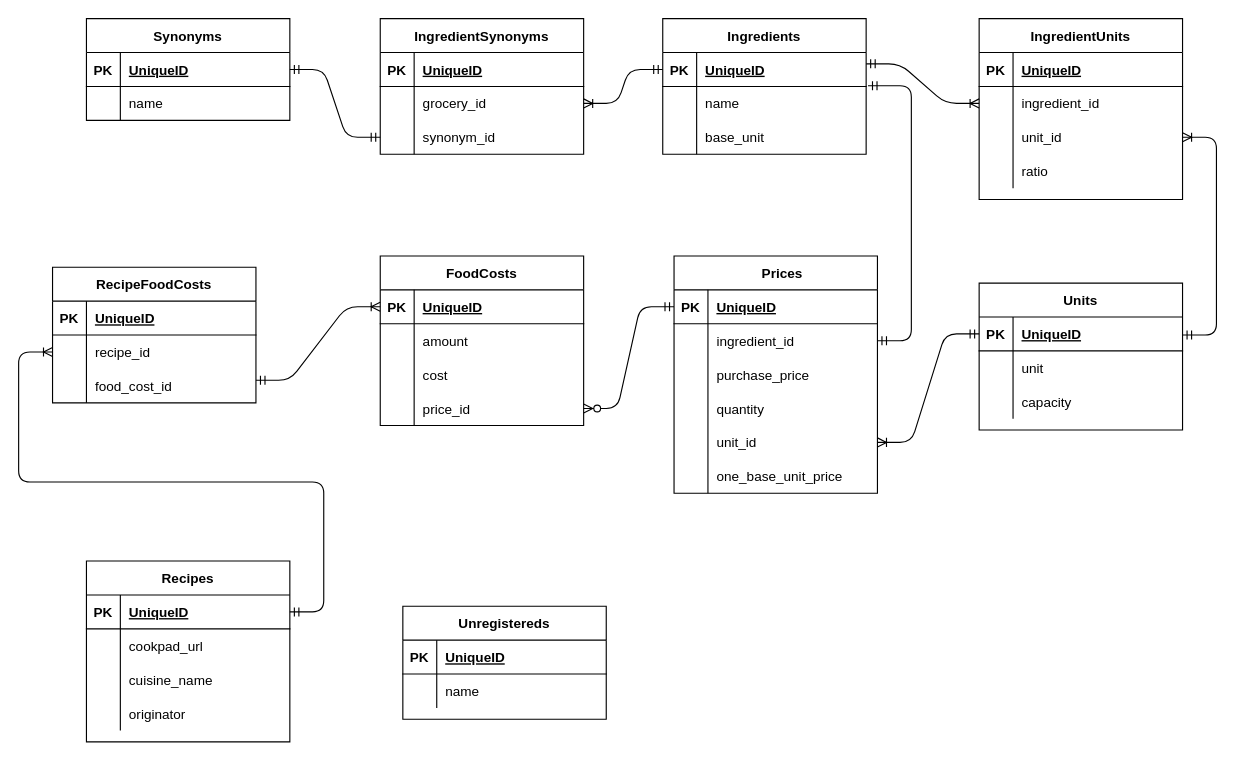
The draw.io diagram ER.drawio in sayasurvey/cook_cost, before the edit. Source tidied: cells renumbered, new cells numbered last; positions are measured from the earlier drawing's top-left corner, leaving out a move shared by most shapes. Both pictures are drawn from the tidied source at 113%, with x=0, y=0 at pixel (52, 18).
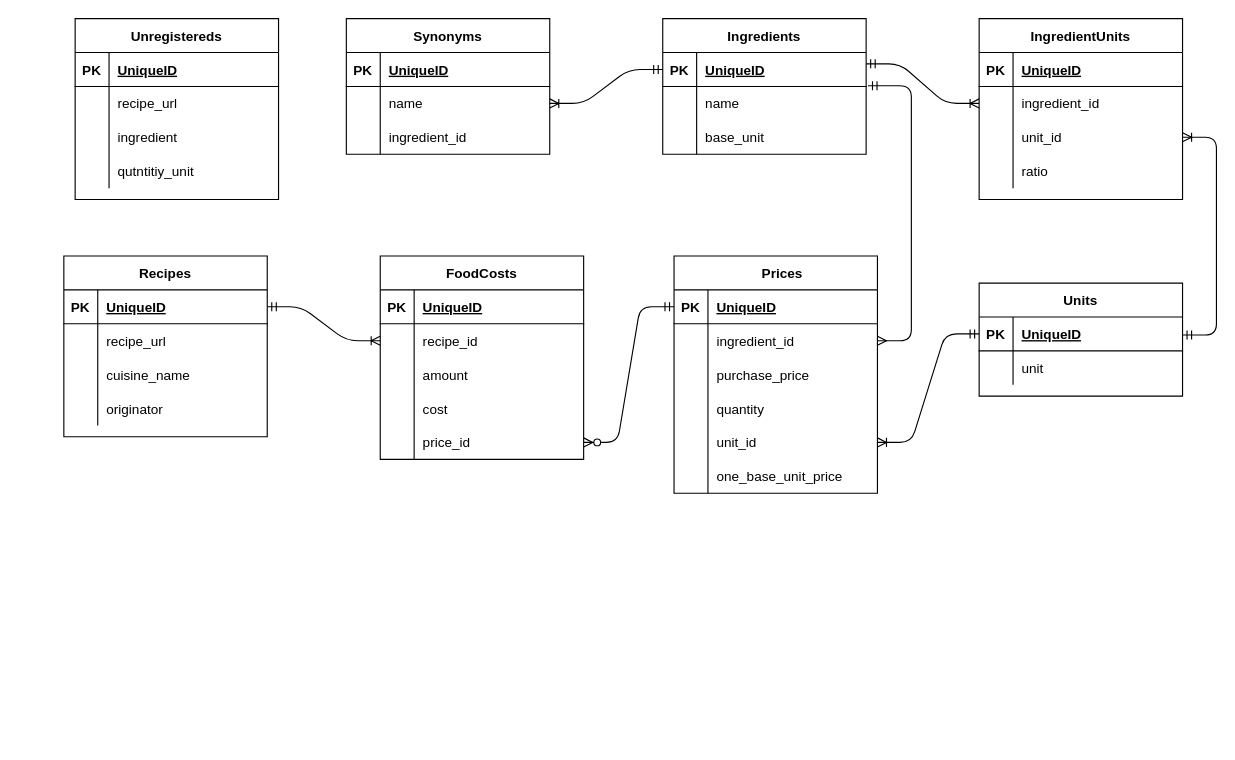
After the change.

Unchanged cells that the change refers to:
```xml
<mxCell id="3" style="shape=partialRectangle;fillColor=none;top=0;left=0;bottom=1;right=0;points=[[0,0.5],[1,0.5]];portConstraint=eastwest;" parent="2" vertex="1">
  <mxGeometry y="30" width="180" height="30" as="geometry" />
</mxCell>
<mxCell id="6" style="shape=partialRectangle;fillColor=none;top=0;left=0;bottom=0;right=0;points=[[0,0.5],[1,0.5]];portConstraint=eastwest;" parent="2" vertex="1">
  <mxGeometry y="60" width="180" height="30" as="geometry" />
</mxCell>
<mxCell id="26" style="shape=partialRectangle;fillColor=none;top=0;left=0;bottom=0;right=0;points=[[0,0.5],[1,0.5]];portConstraint=eastwest;" parent="22" vertex="1">
  <mxGeometry y="60" width="180" height="30" as="geometry" />
</mxCell>
<mxCell id="42" style="shape=partialRectangle;fillColor=none;top=0;left=0;bottom=1;right=0;points=[[0,0.5],[1,0.5]];portConstraint=eastwest;fontSize=12;strokeWidth=1;" parent="41" vertex="1">
  <mxGeometry y="30" width="180" height="30" as="geometry" />
</mxCell>
<mxCell id="45" style="shape=partialRectangle;fillColor=none;top=0;left=0;bottom=0;right=0;fontSize=12;strokeWidth=1;" parent="41" vertex="1">
  <mxGeometry y="60" width="180" height="30" as="geometry" />
</mxCell>
<mxCell id="65" style="shape=partialRectangle;fillColor=none;top=0;left=0;bottom=1;right=0;points=[[0,0.5],[1,0.5]];portConstraint=eastwest;" parent="64" vertex="1">
  <mxGeometry y="30" width="180" height="30" as="geometry" />
</mxCell>
<mxCell id="68" style="shape=partialRectangle;fillColor=none;top=0;left=0;bottom=0;right=0;points=[[0,0.5],[1,0.5]];portConstraint=eastwest;" parent="64" vertex="1">
  <mxGeometry y="60" width="180" height="30" as="geometry" />
</mxCell>
<mxCell id="72" style="shape=partialRectangle;fillColor=none;top=0;left=0;bottom=1;right=0;points=[[0,0.5],[1,0.5]];portConstraint=eastwest;fontSize=12;strokeWidth=1;" parent="71" vertex="1">
  <mxGeometry y="30" width="180" height="30" as="geometry" />
</mxCell>
<mxCell id="94" style="shape=partialRectangle;fillColor=none;top=0;left=0;bottom=0;right=0;labelBorderColor=default;" parent="90" vertex="1">
  <mxGeometry y="60" width="180" height="30" as="geometry" />
</mxCell>
```

Diff of the diagram source:
```diff
@@
-    <mxCell id="12" value="IngredientSynonyms" style="shape=table;startSize=30;childLayout=tableLayout;rowLines=0;fontStyle=1;align=center;fillColor=none;" parent="1" vertex="1">
-      <mxGeometry x="290" width="180" height="120" as="geometry" />
-    </mxCell>
-    <mxCell id="13" style="shape=partialRectangle;fillColor=none;top=0;left=0;bottom=1;right=0;" parent="12" vertex="1">
-      <mxGeometry y="30" width="180" height="30" as="geometry" />
-    </mxCell>
-    <mxCell id="14" value="PK" style="shape=partialRectangle;fillColor=none;top=0;left=0;bottom=0;right=0;fontStyle=1;overflow=hidden;" parent="13" vertex="1">
-      <mxGeometry width="30" height="30" as="geometry" />
-    </mxCell>
-    <mxCell id="15" value="UniqueID" style="shape=partialRectangle;fillColor=none;top=0;left=0;bottom=0;right=0;align=left;spacingLeft=6;fontStyle=5;overflow=hidden;" parent="13" vertex="1">
-      <mxGeometry x="30" width="150" height="30" as="geometry" />
-    </mxCell>
-    <mxCell id="16" style="shape=partialRectangle;fillColor=none;top=0;left=0;bottom=0;right=0;points=[[0,0.5],[1,0.5]];portConstraint=eastwest;" parent="12" vertex="1">
-      <mxGeometry y="60" width="180" height="30" as="geometry" />
-    </mxCell>
-    <mxCell id="17" style="shape=partialRectangle;fillColor=none;top=0;left=0;bottom=0;right=0;overflow=hidden;" parent="16" vertex="1">
-      <mxGeometry width="30" height="30" as="geometry" />
-    </mxCell>
-    <mxCell id="18" value="grocery_id" style="shape=partialRectangle;fillColor=none;top=0;left=0;bottom=0;right=0;align=left;spacingLeft=6;overflow=hidden;" parent="16" vertex="1">
-      <mxGeometry x="30" width="150" height="30" as="geometry" />
-    </mxCell>
-    <mxCell id="19" style="shape=partialRectangle;fillColor=none;top=0;left=0;bottom=0;right=0;points=[[0,0.5],[1,0.5]];portConstraint=eastwest;" parent="12" vertex="1">
-      <mxGeometry y="90" width="180" height="30" as="geometry" />
-    </mxCell>
-    <mxCell id="20" style="shape=partialRectangle;fillColor=none;top=0;left=0;bottom=0;right=0;overflow=hidden;" parent="19" vertex="1">
-      <mxGeometry width="30" height="30" as="geometry" />
-    </mxCell>
-    <mxCell id="21" value="synonym_id" style="shape=partialRectangle;fillColor=none;top=0;left=0;bottom=0;right=0;align=left;spacingLeft=6;overflow=hidden;" parent="19" vertex="1">
-      <mxGeometry x="30" width="150" height="30" as="geometry" />
-    </mxCell>
@@
     <mxCell id="41" value="Recipes" style="shape=table;startSize=30;childLayout=tableLayout;rowLines=0;fontStyle=1;align=center;fontSize=12;strokeWidth=1;fillColor=none;" parent="1" vertex="1">
-      <mxGeometry x="30" y="480" width="180" height="160" as="geometry" />
+      <mxGeometry x="10" y="210" width="180" height="160" as="geometry" />
     </mxCell>
@@
-    <mxCell id="47" value="cookpad_url" style="shape=partialRectangle;fillColor=none;top=0;left=0;bottom=0;right=0;align=left;spacingLeft=6;overflow=hidden;fontSize=12;strokeWidth=1;" parent="45" vertex="1">
+    <mxCell id="47" value="recipe_url" style="shape=partialRectangle;fillColor=none;top=0;left=0;bottom=0;right=0;align=left;spacingLeft=6;overflow=hidden;fontSize=12;strokeWidth=1;" parent="45" vertex="1">
       <mxGeometry x="30" width="150" height="30" as="geometry" />
     </mxCell>
@@
-    <mxCell id="54" value="RecipeFoodCosts" style="shape=table;startSize=30;childLayout=tableLayout;rowLines=0;fontStyle=1;align=center;fontSize=12;strokeWidth=1;fillColor=none;" parent="1" vertex="1">
-      <mxGeometry y="220" width="180" height="120" as="geometry" />
-    </mxCell>
-    <mxCell id="55" style="shape=partialRectangle;fillColor=none;top=0;left=0;bottom=1;right=0;fontSize=12;strokeWidth=1;" parent="54" vertex="1">
-      <mxGeometry y="30" width="180" height="30" as="geometry" />
-    </mxCell>
-    <mxCell id="56" value="PK" style="shape=partialRectangle;fillColor=none;top=0;left=0;bottom=0;right=0;fontStyle=1;overflow=hidden;fontSize=12;strokeWidth=1;" parent="55" vertex="1">
-      <mxGeometry width="30" height="30" as="geometry" />
-    </mxCell>
-    <mxCell id="57" value="UniqueID" style="shape=partialRectangle;fillColor=none;top=0;left=0;bottom=0;right=0;align=left;spacingLeft=6;fontStyle=5;overflow=hidden;fontSize=12;strokeWidth=1;" parent="55" vertex="1">
-      <mxGeometry x="30" width="150" height="30" as="geometry" />
-    </mxCell>
-    <mxCell id="58" style="shape=partialRectangle;fillColor=none;top=0;left=0;bottom=0;right=0;points=[[0,0.5],[1,0.5]];portConstraint=eastwest;fontSize=12;strokeWidth=1;" parent="54" vertex="1">
-      <mxGeometry y="60" width="180" height="30" as="geometry" />
-    </mxCell>
-    <mxCell id="59" style="shape=partialRectangle;fillColor=none;top=0;left=0;bottom=0;right=0;overflow=hidden;fontSize=12;strokeWidth=1;" parent="58" vertex="1">
-      <mxGeometry width="30" height="30" as="geometry" />
-    </mxCell>
-    <mxCell id="60" value="recipe_id" style="shape=partialRectangle;fillColor=none;top=0;left=0;bottom=0;right=0;align=left;spacingLeft=6;overflow=hidden;fontSize=12;strokeWidth=1;" parent="58" vertex="1">
-      <mxGeometry x="30" width="150" height="30" as="geometry" />
-    </mxCell>
-    <mxCell id="61" style="shape=partialRectangle;fillColor=none;top=0;left=0;bottom=0;right=0;fontSize=12;strokeWidth=1;" parent="54" vertex="1">
-      <mxGeometry y="90" width="180" height="30" as="geometry" />
-    </mxCell>
-    <mxCell id="62" style="shape=partialRectangle;fillColor=none;top=0;left=0;bottom=0;right=0;overflow=hidden;fontSize=12;strokeWidth=1;" parent="61" vertex="1">
-      <mxGeometry width="30" height="30" as="geometry" />
-    </mxCell>
-    <mxCell id="63" value="food_cost_id" style="shape=partialRectangle;fillColor=none;top=0;left=0;bottom=0;right=0;align=left;spacingLeft=6;overflow=hidden;fontSize=12;strokeWidth=1;" parent="61" vertex="1">
-      <mxGeometry x="30" width="150" height="30" as="geometry" />
-    </mxCell>
     <mxCell id="64" value="Synonyms" style="shape=table;startSize=30;childLayout=tableLayout;rowLines=0;fontStyle=1;align=center;fillColor=none;" parent="1" vertex="1">
-      <mxGeometry x="30" width="180" height="90" as="geometry" />
+      <mxGeometry x="260" width="180" height="120" as="geometry" />
     </mxCell>
@@
+    <mxCell id="123" style="shape=partialRectangle;fillColor=none;top=0;left=0;bottom=0;right=0;" parent="64" vertex="1">
+      <mxGeometry y="90" width="180" height="30" as="geometry" />
+    </mxCell>
+    <mxCell id="124" style="shape=partialRectangle;fillColor=none;top=0;left=0;bottom=0;right=0;overflow=hidden;" parent="123" vertex="1">
+      <mxGeometry width="30" height="30" as="geometry" />
+    </mxCell>
+    <mxCell id="125" value="ingredient_id" style="shape=partialRectangle;fillColor=none;top=0;left=0;bottom=0;right=0;align=left;spacingLeft=6;overflow=hidden;" parent="123" vertex="1">
+      <mxGeometry x="30" width="150" height="30" as="geometry" />
+    </mxCell>
     <mxCell id="71" value="FoodCosts" style="shape=table;startSize=30;childLayout=tableLayout;rowLines=0;fontStyle=1;align=center;fontSize=12;strokeWidth=1;fillColor=none;labelBorderColor=none;" parent="1" vertex="1">
-      <mxGeometry x="290" y="210" width="180" height="150" as="geometry" />
+      <mxGeometry x="290" y="210" width="180" height="180" as="geometry" />
     </mxCell>
@@
+    <mxCell id="58" style="shape=partialRectangle;fillColor=none;top=0;left=0;bottom=0;right=0;points=[[0,0.5],[1,0.5]];portConstraint=eastwest;fontSize=12;strokeWidth=1;" parent="71" vertex="1">
+      <mxGeometry y="60" width="180" height="30" as="geometry" />
+    </mxCell>
+    <mxCell id="126" style="shape=partialRectangle;fillColor=none;top=0;left=0;bottom=0;right=0;overflow=hidden;fontSize=12;strokeWidth=1;" parent="58" vertex="1">
+      <mxGeometry width="30" height="30" as="geometry" />
+    </mxCell>
+    <mxCell id="60" value="recipe_id" style="shape=partialRectangle;fillColor=none;top=0;left=0;bottom=0;right=0;align=left;spacingLeft=6;overflow=hidden;fontSize=12;strokeWidth=1;" parent="58" vertex="1">
+      <mxGeometry x="30" width="150" height="30" as="geometry" />
+    </mxCell>
     <mxCell id="75" style="shape=partialRectangle;fillColor=none;top=0;left=0;bottom=0;right=0;fontSize=12;strokeWidth=1;" parent="71" vertex="1">
-      <mxGeometry y="60" width="180" height="30" as="geometry" />
+      <mxGeometry y="90" width="180" height="30" as="geometry" />
     </mxCell>
@@
     <mxCell id="78" style="shape=partialRectangle;fillColor=none;top=0;left=0;bottom=0;right=0;fontSize=12;strokeWidth=1;" parent="71" vertex="1">
-      <mxGeometry y="90" width="180" height="30" as="geometry" />
+      <mxGeometry y="120" width="180" height="30" as="geometry" />
     </mxCell>
@@
     <mxCell id="81" style="shape=partialRectangle;fillColor=none;top=0;left=0;bottom=0;right=0;points=[[0,0.5],[1,0.5]];portConstraint=eastwest;fontSize=12;strokeWidth=1;" parent="71" vertex="1">
-      <mxGeometry y="120" width="180" height="30" as="geometry" />
+      <mxGeometry y="150" width="180" height="30" as="geometry" />
     </mxCell>
@@
-    <mxCell id="84" style="edgeStyle=entityRelationEdgeStyle;fontSize=12;html=1;endArrow=ERmandOne;startArrow=ERmandOne;exitX=1;exitY=0.5;exitDx=0;exitDy=0;entryX=0;entryY=0.5;entryDx=0;entryDy=0;" parent="1" edge="1" source="65" target="19">
-      <mxGeometry relative="1" as="geometry" />
-    </mxCell>
-    <mxCell id="85" style="edgeStyle=entityRelationEdgeStyle;fontSize=12;html=1;endArrow=ERoneToMany;startArrow=ERmandOne;entryX=1;entryY=0.5;entryDx=0;entryDy=0;exitX=0;exitY=0.5;exitDx=0;exitDy=0;" parent="1" edge="1" source="3" target="16">
+    <mxCell id="85" style="edgeStyle=entityRelationEdgeStyle;fontSize=12;html=1;endArrow=ERoneToMany;startArrow=ERmandOne;entryX=1;entryY=0.5;entryDx=0;entryDy=0;exitX=0;exitY=0.5;exitDx=0;exitDy=0;" parent="1" edge="1" source="3" target="68">
       <mxGeometry relative="1" as="geometry" />
     </mxCell>
-    <mxCell id="86" style="edgeStyle=entityRelationEdgeStyle;fontSize=12;html=1;endArrow=ERmandOne;startArrow=ERmandOne;entryX=1.009;entryY=-0.022;entryDx=0;entryDy=0;entryPerimeter=0;" parent="1" edge="1" source="26" target="6">
+    <mxCell id="86" style="edgeStyle=entityRelationEdgeStyle;fontSize=12;html=1;endArrow=ERmandOne;startArrow=ERmany;entryX=1.009;entryY=-0.022;entryDx=0;entryDy=0;entryPerimeter=0;startFill=0;" parent="1" edge="1" source="26" target="6">
       <mxGeometry relative="1" as="geometry" />
     </mxCell>
-    <mxCell id="87" style="edgeStyle=entityRelationEdgeStyle;fontSize=12;html=1;endArrow=ERoneToMany;startArrow=ERmandOne;endFill=0;" parent="1" edge="1" source="42">
-      <mxGeometry relative="1" as="geometry">
-        <mxPoint y="295" as="targetPoint" />
-      </mxGeometry>
-    </mxCell>
-    <mxCell id="88" style="edgeStyle=entityRelationEdgeStyle;fontSize=12;html=1;endArrow=ERoneToMany;startArrow=ERmandOne;entryX=0;entryY=0.5;entryDx=0;entryDy=0;" parent="1" edge="1" target="72">
-      <mxGeometry relative="1" as="geometry">
-        <mxPoint x="180" y="320" as="sourcePoint" />
-      </mxGeometry>
+    <mxCell id="88" style="edgeStyle=entityRelationEdgeStyle;fontSize=12;html=1;endArrow=ERoneToMany;startArrow=ERmandOne;entryX=0;entryY=0.5;entryDx=0;entryDy=0;exitX=1;exitY=0.5;exitDx=0;exitDy=0;" parent="1" edge="1" source="42" target="58">
+      <mxGeometry relative="1" as="geometry" />
     </mxCell>
@@
     <mxCell id="90" value="Unregistereds" style="shape=table;startSize=30;childLayout=tableLayout;rowLines=0;fontStyle=1;align=center;labelBorderColor=none;fillColor=none;" parent="1" vertex="1">
-      <mxGeometry x="310" y="520" width="180" height="100" as="geometry" />
+      <mxGeometry x="20" width="180" height="160" as="geometry" />
     </mxCell>
@@
-    <mxCell id="96" value="name" style="shape=partialRectangle;fillColor=none;top=0;left=0;bottom=0;right=0;align=left;spacingLeft=6;overflow=hidden;labelBorderColor=none;strokeColor=default;" parent="94" vertex="1">
+    <mxCell id="96" value="recipe_url" style="shape=partialRectangle;fillColor=none;top=0;left=0;bottom=0;right=0;align=left;spacingLeft=6;overflow=hidden;labelBorderColor=none;strokeColor=default;" parent="94" vertex="1">
       <mxGeometry x="30" width="150" height="30" as="geometry" />
     </mxCell>
+    <mxCell id="127" style="shape=partialRectangle;fillColor=none;top=0;left=0;bottom=0;right=0;labelBorderColor=default;" parent="90" vertex="1">
+      <mxGeometry y="90" width="180" height="30" as="geometry" />
+    </mxCell>
+    <mxCell id="128" style="shape=partialRectangle;fillColor=none;top=0;left=0;bottom=0;right=0;overflow=hidden;labelBorderColor=default;" parent="127" vertex="1">
+      <mxGeometry width="30" height="30" as="geometry" />
+    </mxCell>
+    <mxCell id="129" value="ingredient" style="shape=partialRectangle;fillColor=none;top=0;left=0;bottom=0;right=0;align=left;spacingLeft=6;overflow=hidden;labelBorderColor=none;strokeColor=default;" parent="127" vertex="1">
+      <mxGeometry x="30" width="150" height="30" as="geometry" />
+    </mxCell>
+    <mxCell id="130" style="shape=partialRectangle;fillColor=none;top=0;left=0;bottom=0;right=0;labelBorderColor=default;" parent="90" vertex="1">
+      <mxGeometry y="120" width="180" height="30" as="geometry" />
+    </mxCell>
+    <mxCell id="131" style="shape=partialRectangle;fillColor=none;top=0;left=0;bottom=0;right=0;overflow=hidden;labelBorderColor=default;" parent="130" vertex="1">
+      <mxGeometry width="30" height="30" as="geometry" />
+    </mxCell>
+    <mxCell id="132" value="qutntitiy_unit" style="shape=partialRectangle;fillColor=none;top=0;left=0;bottom=0;right=0;align=left;spacingLeft=6;overflow=hidden;labelBorderColor=none;strokeColor=default;" parent="130" vertex="1">
+      <mxGeometry x="30" width="150" height="30" as="geometry" />
+    </mxCell>
     <mxCell id="97" value="Units" style="shape=table;startSize=30;childLayout=tableLayout;rowLines=0;fontStyle=1;align=center;" parent="1" vertex="1">
-      <mxGeometry x="820" y="234" width="180" height="130" as="geometry" />
+      <mxGeometry x="820" y="234" width="180" height="100" as="geometry" />
     </mxCell>
@@
-    <mxCell id="104" style="shape=partialRectangle;fillColor=none;top=0;left=0;bottom=0;right=0;" parent="97" vertex="1">
-      <mxGeometry y="90" width="180" height="30" as="geometry" />
-    </mxCell>
-    <mxCell id="105" style="shape=partialRectangle;fillColor=none;top=0;left=0;bottom=0;right=0;overflow=hidden;" parent="104" vertex="1">
-      <mxGeometry width="30" height="30" as="geometry" />
-    </mxCell>
-    <mxCell id="106" value="capacity" style="shape=partialRectangle;fillColor=none;top=0;left=0;bottom=0;right=0;align=left;spacingLeft=6;overflow=hidden;" parent="104" vertex="1">
-      <mxGeometry x="30" width="150" height="30" as="geometry" />
-    </mxCell>
```
